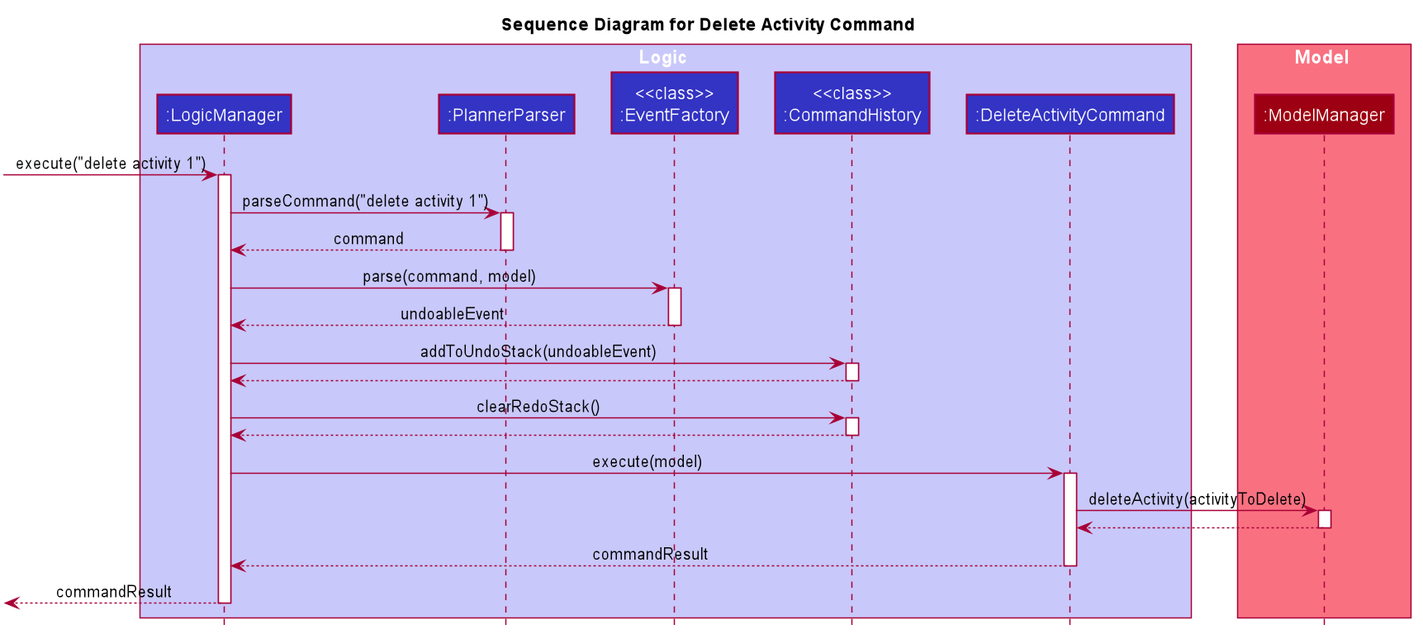
Above: docs/images/DeleteActivitySequenceDiagram.png in nus-cs2103-AY1920S1/addressbook-level3 (PlantUML), before the change. Source of this version:
```plantuml
@startuml








skinparam BackgroundColor #FFFFFFF

skinparam Shadowing false

skinparam Class {
    FontColor #FFFFFF
    BorderThickness 1
    BorderColor #FFFFFF
    StereotypeFontColor #FFFFFF
    FontName Arial
}

skinparam Actor {
    BorderColor #000000
    Color #000000
    FontName Arial
}

skinparam Sequence {
    MessageAlign center
    BoxFontSize 15
    BoxPadding 0
    BoxFontColor #FFFFFF
    FontName Arial
}

skinparam Participant {
    FontColor #FFFFFFF
    Padding 20
}

skinparam MinClassWidth 50
skinparam ParticipantPadding 10
skinparam Shadowing false
skinparam DefaultTextAlignment center
skinparam packageStyle Rectangle

hide footbox
hide members
hide circle
title Sequence Diagram for Delete Activity Command

box Logic #C8C8FA
participant ":LogicManager" as LogicManager #3333C4
participant ":PlannerParser" as PlannerParser #3333C4
participant "<<class>>\n:EventFactory" as EventFactory #3333C4
participant "<<class>>\n:CommandHistory" as CommandHistory #3333C4
participant ":DeleteActivityCommand" as DeleteActivityCommand #3333C4
end box

box Model #F97181
participant ":ModelManager" as ModelManager #9D0012
end box

[-> LogicManager : execute("delete activity 1")
activate LogicManager

LogicManager -> PlannerParser : parseCommand("delete activity 1")
activate PlannerParser

PlannerParser --> LogicManager : command
deactivate PlannerParser

LogicManager -> EventFactory : parse(command, model)
activate EventFactory

EventFactory --> LogicManager : undoableEvent
deactivate EventFactory

LogicManager -> CommandHistory : addToUndoStack(undoableEvent)
activate CommandHistory
CommandHistory --> LogicManager
deactivate CommandHistory

LogicManager -> CommandHistory : clearRedoStack()
activate CommandHistory
CommandHistory --> LogicManager
deactivate CommandHistory

LogicManager -> DeleteActivityCommand : execute(model)
activate DeleteActivityCommand

DeleteActivityCommand -> ModelManager : deleteActivity(activityToDelete)
activate ModelManager
ModelManager --> DeleteActivityCommand
deactivate ModelManager

DeleteActivityCommand --> LogicManager : commandResult
deactivate DeleteActivityCommand

[<--LogicManager : commandResult
deactivate LogicManager
@enduml
```
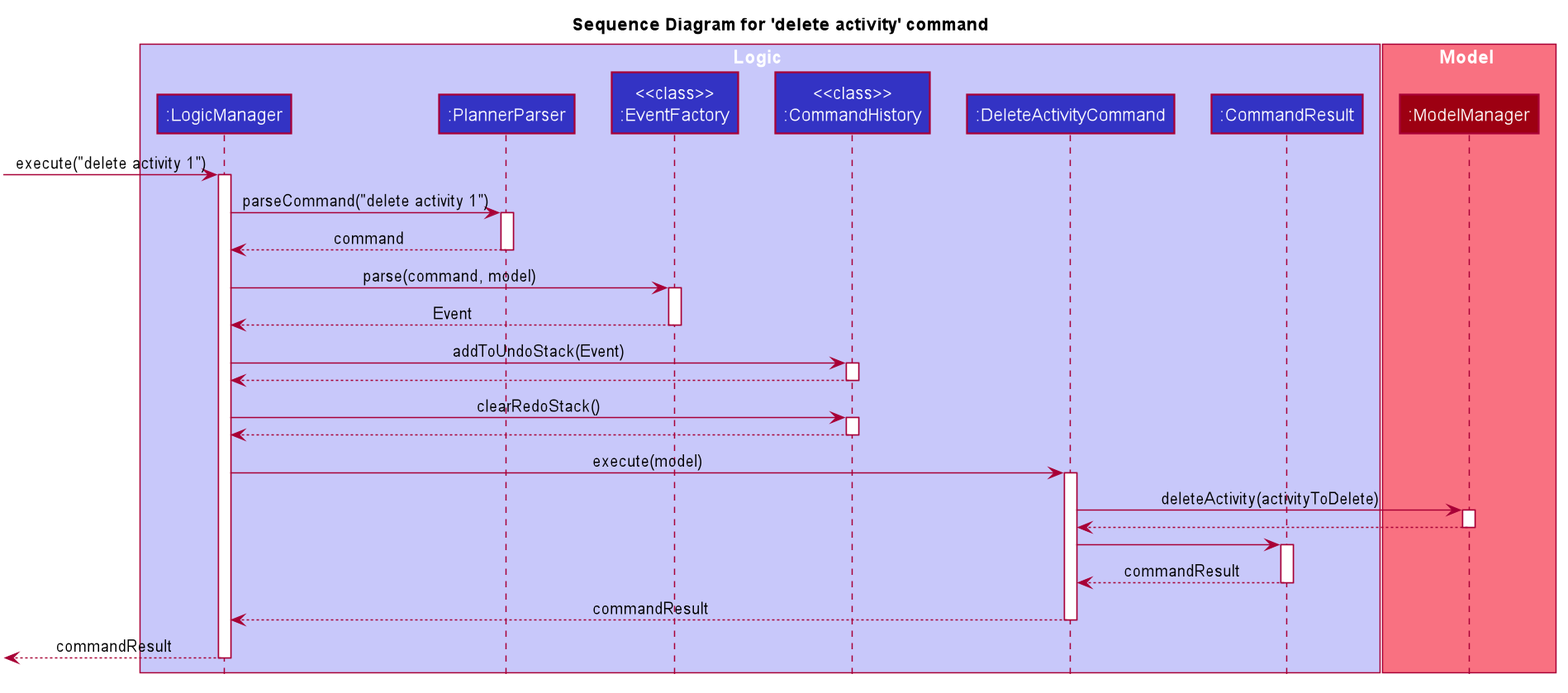
The same diagram one commit later.

Change to the diagram source:
```diff
@@ -47,7 +47,7 @@
 hide footbox
 hide members
 hide circle
-title Sequence Diagram for Delete Activity Command
+title Sequence Diagram for 'delete activity' command
 
 box Logic #C8C8FA
 participant ":LogicManager" as LogicManager #3333C4
@@ -55,6 +55,7 @@
 participant "<<class>>\n:EventFactory" as EventFactory #3333C4
 participant "<<class>>\n:CommandHistory" as CommandHistory #3333C4
 participant ":DeleteActivityCommand" as DeleteActivityCommand #3333C4
+participant ":CommandResult" as CommandResult #3333C4
 end box
 
 box Model #F97181
@@ -73,10 +74,10 @@
 LogicManager -> EventFactory : parse(command, model)
 activate EventFactory
 
-EventFactory --> LogicManager : undoableEvent
+EventFactory --> LogicManager : Event
 deactivate EventFactory
 
-LogicManager -> CommandHistory : addToUndoStack(undoableEvent)
+LogicManager -> CommandHistory : addToUndoStack(Event)
 activate CommandHistory
 CommandHistory --> LogicManager
 deactivate CommandHistory
@@ -94,6 +95,12 @@
 ModelManager --> DeleteActivityCommand
 deactivate ModelManager
 
+DeleteActivityCommand -> CommandResult
+activate CommandResult
+
+CommandResult --> DeleteActivityCommand : commandResult
+deactivate CommandResult
+
 DeleteActivityCommand --> LogicManager : commandResult
 deactivate DeleteActivityCommand
 
```
